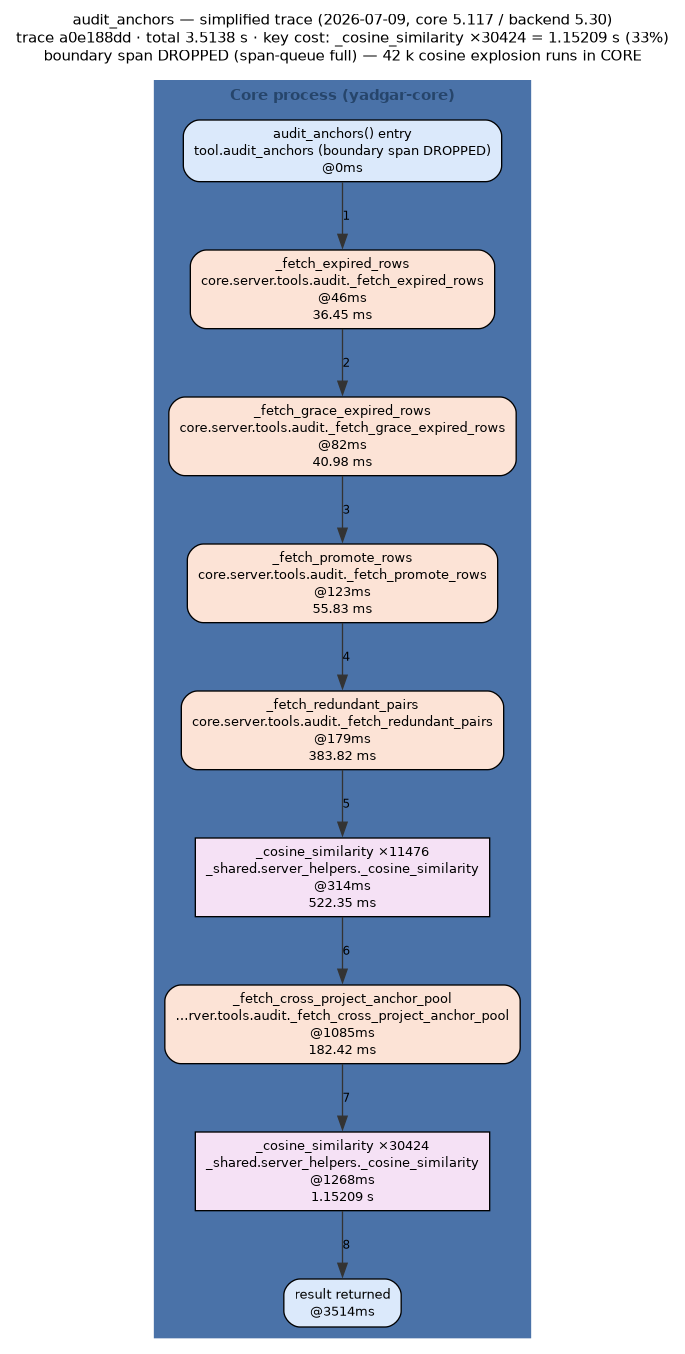
Above: docs/diagrams/out/audit_anchors-trace-2026-07-09.png in m-agahi/yadgar (Graphviz), before the change. Its source is kept beside it as docs/diagrams/out/audit_anchors-trace-2026-07-09.dot.
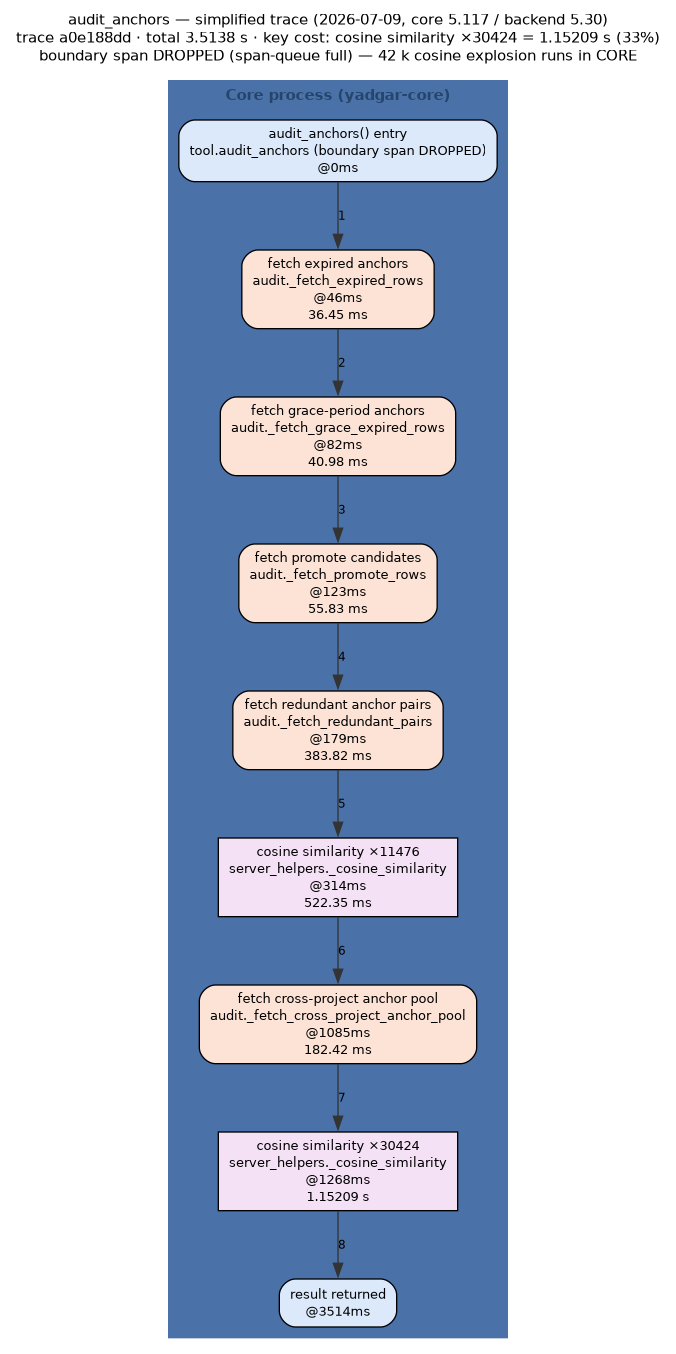
After the commit.

The edit, as a diff of the source:
```diff
@@ -8,7 +8,7 @@
   node  [fontname="Helvetica", fontsize=10];
   edge  [fontname="Helvetica", fontsize=9];
   label="audit_anchors — simplified trace (2026-07-09, core 5.117 / backend 5.30)
-trace a0e188dd · total 3.5138 s · key cost: _cosine_similarity ×30424 = 1.15209 s (33%)\nboundary span DROPPED (span-queue full) — 42 k cosine explosion runs in CORE";
+trace a0e188dd · total 3.5138 s · key cost: cosine similarity ×30424 = 1.15209 s (33%)\nboundary span DROPPED (span-queue full) — 42 k cosine explosion runs in CORE";
   subgraph "cluster_core" {
     label="Core process (yadgar-core)";
     style=filled;
@@ -17,13 +17,13 @@
     fontcolor="#26456b";
     fontname="Helvetica-Bold";
     "entry" [shape="box", style="rounded,filled", fillcolor="#dbe9fb", label="audit_anchors() entry\ntool.audit_anchors (boundary span DROPPED)\n@0ms"];
-    "s0" [shape="box", style="rounded,filled", fillcolor="#fce3d6", label="_fetch_expired_rows\ncore.server.tools.audit._fetch_expired_rows\n@46ms\n36.45 ms"];
-    "s1" [shape="box", style="rounded,filled", fillcolor="#fce3d6", label="_fetch_grace_expired_rows\ncore.server.tools.audit._fetch_grace_expired_rows\n@82ms\n40.98 ms"];
-    "s2" [shape="box", style="rounded,filled", fillcolor="#fce3d6", label="_fetch_promote_rows\ncore.server.tools.audit._fetch_promote_rows\n@123ms\n55.83 ms"];
-    "s3" [shape="box", style="rounded,filled", fillcolor="#fce3d6", label="_fetch_redundant_pairs\ncore.server.tools.audit._fetch_redundant_pairs\n@179ms\n383.82 ms"];
-    "s4" [shape="box", style="filled", fillcolor="#f5e1f5", label="_cosine_similarity ×11476\n_shared.server_helpers._cosine_similarity\n@314ms\n522.35 ms"];
-    "s5" [shape="box", style="rounded,filled", fillcolor="#fce3d6", label="_fetch_cross_project_anchor_pool\n…rver.tools.audit._fetch_cross_project_anchor_pool\n@1085ms\n182.42 ms"];
-    "s6" [shape="box", style="filled", fillcolor="#f5e1f5", label="_cosine_similarity ×30424\n_shared.server_helpers._cosine_similarity\n@1268ms\n1.15209 s"];
+    "s0" [shape="box", style="rounded,filled", fillcolor="#fce3d6", label="fetch expired anchors\naudit._fetch_expired_rows\n@46ms\n36.45 ms"];
+    "s1" [shape="box", style="rounded,filled", fillcolor="#fce3d6", label="fetch grace-period anchors\naudit._fetch_grace_expired_rows\n@82ms\n40.98 ms"];
+    "s2" [shape="box", style="rounded,filled", fillcolor="#fce3d6", label="fetch promote candidates\naudit._fetch_promote_rows\n@123ms\n55.83 ms"];
+    "s3" [shape="box", style="rounded,filled", fillcolor="#fce3d6", label="fetch redundant anchor pairs\naudit._fetch_redundant_pairs\n@179ms\n383.82 ms"];
+    "s4" [shape="box", style="filled", fillcolor="#f5e1f5", label="cosine similarity ×11476\nserver_helpers._cosine_similarity\n@314ms\n522.35 ms"];
+    "s5" [shape="box", style="rounded,filled", fillcolor="#fce3d6", label="fetch cross-project anchor pool\naudit._fetch_cross_project_anchor_pool\n@1085ms\n182.42 ms"];
+    "s6" [shape="box", style="filled", fillcolor="#f5e1f5", label="cosine similarity ×30424\nserver_helpers._cosine_similarity\n@1268ms\n1.15209 s"];
     "done" [shape="box", style="rounded,filled", fillcolor="#dbe9fb", label="result returned\n@3514ms"];
   }
   "entry" -> "s0" [color="#333333", style="solid", label="1"];
```
